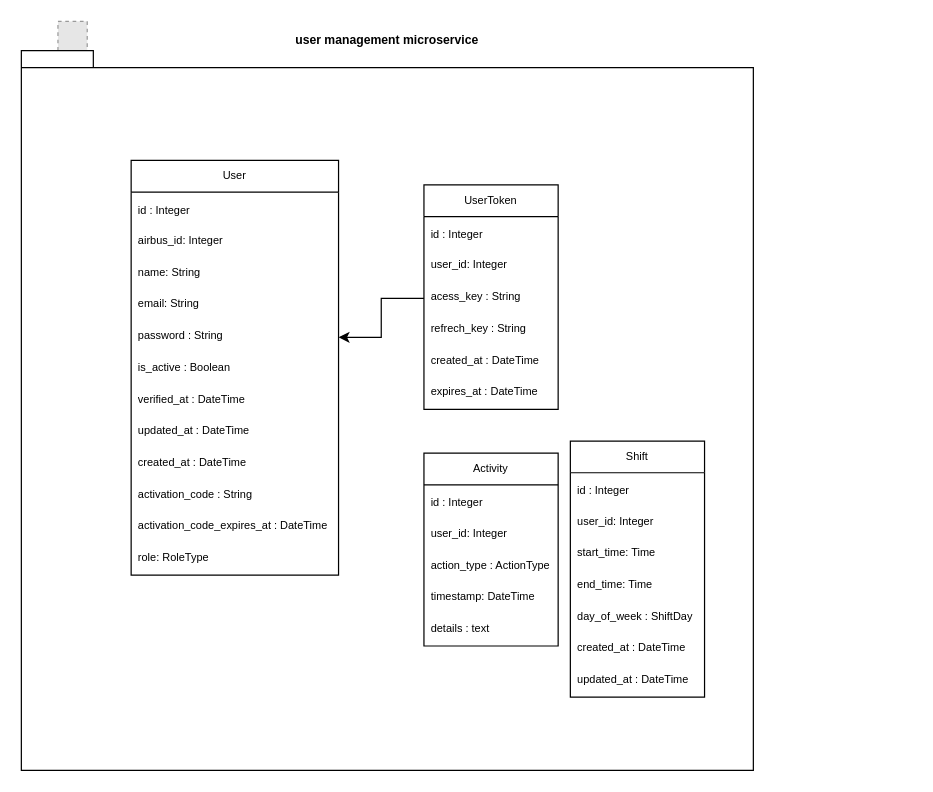
Above: Diagramme sans nom.drawio in NourAchahlaou/avvvatars (draw.io), before the change. Source tidied: cells renumbered, new cells numbered last; positions are measured from the earlier drawing's top-left corner, leaving out a move shared by most shapes. Both pictures are drawn from the tidied source at 122%, with x=0, y=0 at pixel (21, 21). Pictures stored in the file or linked from it are replaced by grey dashed boxes.
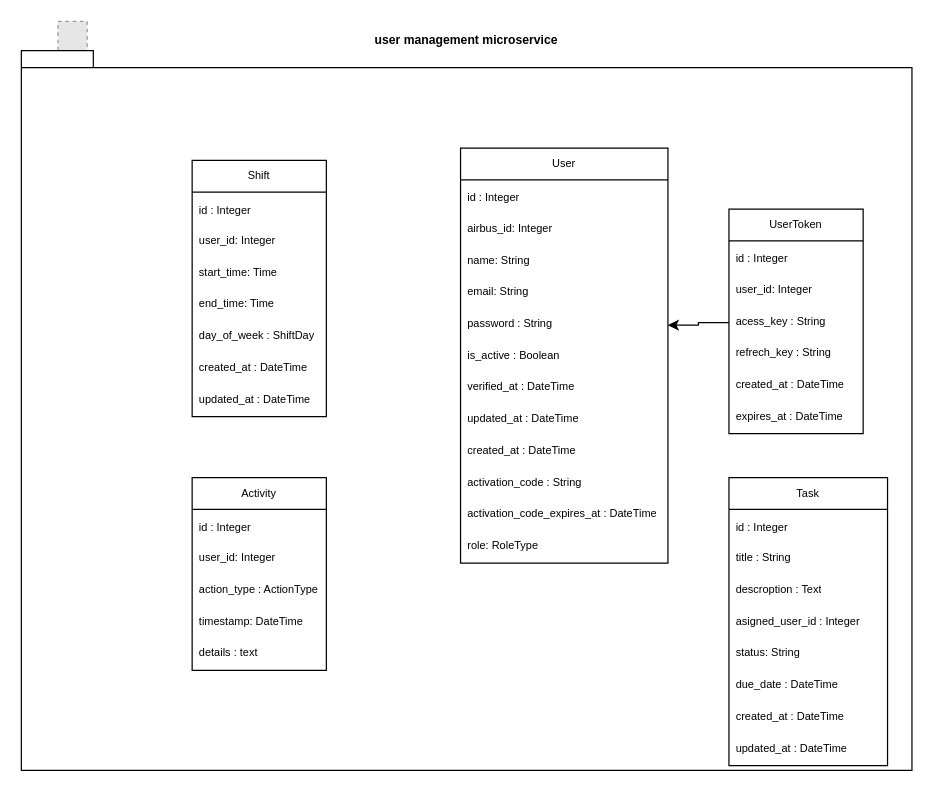
After the change.

Change to the diagram source:
```diff
@@
     <mxCell id="3" value="&lt;font size=&quot;1&quot;&gt;user management microservice&lt;/font&gt;" style="shape=folder;fontStyle=1;spacingTop=10;tabWidth=40;tabHeight=14;tabPosition=left;html=1;whiteSpace=wrap;align=center;labelPosition=center;verticalLabelPosition=top;verticalAlign=bottom;" parent="1" vertex="1">
-      <mxGeometry y="24" width="600" height="590" as="geometry" />
+      <mxGeometry y="24" width="730" height="590" as="geometry" />
     </mxCell>
     <mxCell id="4" value="&lt;font&gt;User&lt;/font&gt;" style="swimlane;fontStyle=0;horizontal=1;startSize=26;fillColor=none;whiteSpace=wrap;html=1;fontSize=9;" parent="1" vertex="1">
-      <mxGeometry x="90" y="114" width="170" height="340" as="geometry" />
+      <mxGeometry x="360" y="104" width="170" height="340" as="geometry" />
     </mxCell>
@@
     <mxCell id="17" value="&lt;font&gt;UserToken&lt;/font&gt;" style="swimlane;fontStyle=0;horizontal=1;startSize=26;fillColor=none;whiteSpace=wrap;html=1;fontSize=9;" parent="1" vertex="1">
-      <mxGeometry x="330" y="134" width="110" height="184" as="geometry" />
+      <mxGeometry x="580" y="154" width="110" height="184" as="geometry" />
     </mxCell>
@@
     <mxCell id="25" value="&lt;font&gt;Activity&lt;/font&gt;" style="swimlane;fontStyle=0;horizontal=1;startSize=26;fillColor=none;whiteSpace=wrap;html=1;fontSize=9;" parent="1" vertex="1">
-      <mxGeometry x="330" y="354" width="110" height="158" as="geometry" />
+      <mxGeometry x="140" y="374" width="110" height="158" as="geometry" />
     </mxCell>
@@
     <mxCell id="31" value="&lt;font&gt;Shift&lt;/font&gt;" style="swimlane;fontStyle=0;horizontal=1;startSize=26;fillColor=none;whiteSpace=wrap;html=1;fontSize=9;" parent="1" vertex="1">
-      <mxGeometry x="450" y="344" width="110" height="210" as="geometry" />
+      <mxGeometry x="140" y="114" width="110" height="210" as="geometry" />
     </mxCell>
@@
+    <mxCell id="39" value="&lt;font&gt;Task&lt;/font&gt;" style="swimlane;fontStyle=0;horizontal=1;startSize=26;fillColor=none;whiteSpace=wrap;html=1;fontSize=9;" parent="1" vertex="1">
+      <mxGeometry x="580" y="374" width="130" height="236" as="geometry" />
+    </mxCell>
+    <mxCell id="40" value="&lt;font style=&quot;font-size: 9px;&quot;&gt;id : Integer&lt;/font&gt;" style="text;strokeColor=none;fillColor=none;align=left;verticalAlign=top;spacingLeft=4;spacingRight=4;overflow=hidden;whiteSpace=wrap;html=1;" parent="39" vertex="1">
+      <mxGeometry y="26" width="130" height="28" as="geometry" />
+    </mxCell>
+    <mxCell id="41" value="title : String" style="text;strokeColor=none;fillColor=none;align=left;verticalAlign=top;spacingLeft=4;spacingRight=4;overflow=hidden;whiteSpace=wrap;html=1;fontSize=9;" parent="39" vertex="1">
+      <mxGeometry y="54" width="130" height="26" as="geometry" />
+    </mxCell>
+    <mxCell id="42" value="descroption : Text" style="text;strokeColor=none;fillColor=none;align=left;verticalAlign=top;spacingLeft=4;spacingRight=4;overflow=hidden;whiteSpace=wrap;html=1;fontSize=9;" parent="39" vertex="1">
+      <mxGeometry y="80" width="130" height="26" as="geometry" />
+    </mxCell>
+    <mxCell id="43" value="&lt;span style=&quot;background-color: transparent; color: light-dark(rgb(0, 0, 0), rgb(255, 255, 255));&quot;&gt;asigned_user_id : Integer&lt;/span&gt;" style="text;strokeColor=none;fillColor=none;align=left;verticalAlign=top;spacingLeft=4;spacingRight=4;overflow=hidden;whiteSpace=wrap;html=1;fontSize=9;" parent="39" vertex="1">
+      <mxGeometry y="106" width="130" height="26" as="geometry" />
+    </mxCell>
+    <mxCell id="44" value="status: String" style="text;strokeColor=none;fillColor=none;align=left;verticalAlign=top;spacingLeft=4;spacingRight=4;overflow=hidden;whiteSpace=wrap;html=1;fontSize=9;" parent="39" vertex="1">
+      <mxGeometry y="132" width="130" height="26" as="geometry" />
+    </mxCell>
+    <mxCell id="45" value="due_date : DateTime" style="text;strokeColor=none;fillColor=none;align=left;verticalAlign=top;spacingLeft=4;spacingRight=4;overflow=hidden;whiteSpace=wrap;html=1;fontSize=9;" parent="39" vertex="1">
+      <mxGeometry y="158" width="130" height="26" as="geometry" />
+    </mxCell>
+    <mxCell id="46" value="created_at : DateTime" style="text;strokeColor=none;fillColor=none;align=left;verticalAlign=top;spacingLeft=4;spacingRight=4;overflow=hidden;whiteSpace=wrap;html=1;fontSize=9;" parent="39" vertex="1">
+      <mxGeometry y="184" width="130" height="26" as="geometry" />
+    </mxCell>
+    <mxCell id="47" value="updated_at : DateTime" style="text;strokeColor=none;fillColor=none;align=left;verticalAlign=top;spacingLeft=4;spacingRight=4;overflow=hidden;whiteSpace=wrap;html=1;fontSize=9;" parent="39" vertex="1">
+      <mxGeometry y="210" width="130" height="26" as="geometry" />
+    </mxCell>
```
